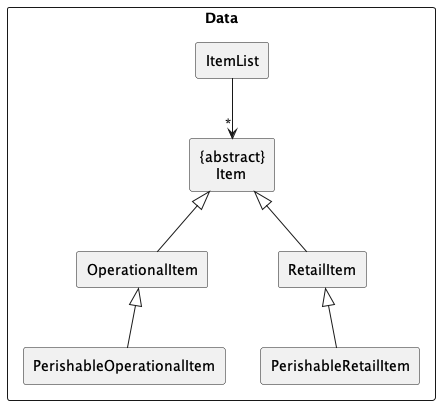
Above: docs/images/DataComponent.png in AY2324S2-CS2113T-T09-2/tp (PlantUML), before the change. Source of this version:
```plantuml
@startuml

skinparam componentStyle rectangle

component Data {
    [ItemList] --> "*" [{abstract}\n    Item]
    [OperationalItem] -up-|> [{abstract}\n    Item]
    [RetailItem] -up-|> [{abstract}\n    Item]
    [PerishableRetailItem] -up-|> [RetailItem]
    [PerishableOperationalItem] -up-|> [OperationalItem]
}

@enduml
```
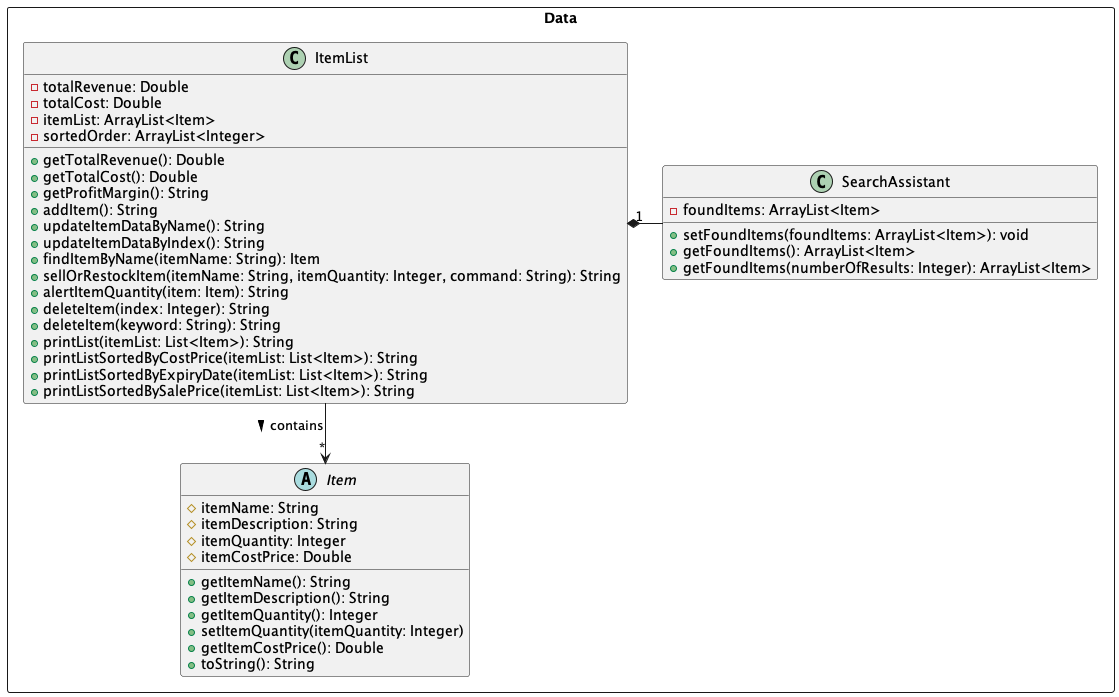
After the commit.

Commit message:
Update Data component diagram

Change to the diagram source:
```diff
@@ -1,13 +1,58 @@
 @startuml
 
 skinparam componentStyle rectangle
+skinparam linetype ortho
 
 component Data {
-    [ItemList] --> "*" [{abstract}\n    Item]
-    [OperationalItem] -up-|> [{abstract}\n    Item]
-    [RetailItem] -up-|> [{abstract}\n    Item]
-    [PerishableRetailItem] -up-|> [RetailItem]
-    [PerishableOperationalItem] -up-|> [OperationalItem]
+
+    class ItemList {
+        - totalRevenue: Double
+        - totalCost: Double
+        - itemList: ArrayList<Item>
+        - sortedOrder: ArrayList<Integer>
+
+        + getTotalRevenue(): Double
+        + getTotalCost(): Double
+        + getProfitMargin(): String
+        + addItem(): String
+        + updateItemDataByName(): String
+        + updateItemDataByIndex(): String
+        + findItemByName(itemName: String): Item
+        + sellOrRestockItem(itemName: String, itemQuantity: Integer, command: String): String
+        + alertItemQuantity(item: Item): String
+        + deleteItem(index: Integer): String
+        + deleteItem(keyword: String): String
+        + printList(itemList: List<Item>): String
+        + printListSortedByCostPrice(itemList: List<Item>): String
+        + printListSortedByExpiryDate(itemList: List<Item>): String
+        + printListSortedBySalePrice(itemList: List<Item>): String
+    }
+
+    abstract class Item {
+        # itemName: String
+        # itemDescription: String
+        # itemQuantity: Integer
+        # itemCostPrice: Double
+
+        + getItemName(): String
+        + getItemDescription(): String
+        + getItemQuantity(): Integer
+        + setItemQuantity(itemQuantity: Integer)
+        + getItemCostPrice(): Double
+        + toString(): String
+    }
+
+    class SearchAssistant {
+        - foundItems: ArrayList<Item>
+
+        + setFoundItems(foundItems: ArrayList<Item>): void
+        + getFoundItems(): ArrayList<Item>
+        + getFoundItems(numberOfResults: Integer): ArrayList<Item>
+    }
+
+    SearchAssistant -left-* "1" ItemList
+
+    ItemList --> "*" Item : > contains
 }
 
 @enduml
```
